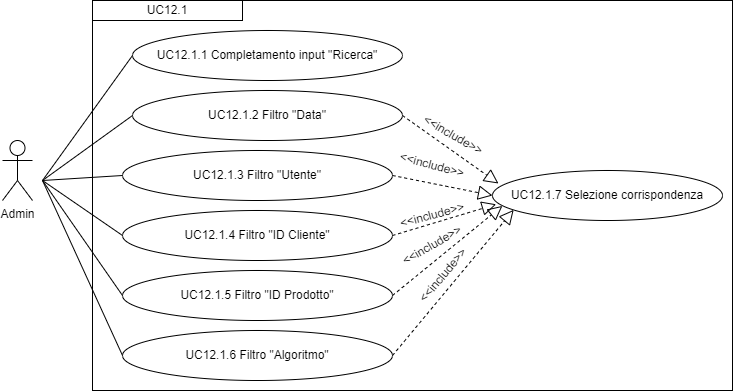
This is imgs/Uml/UC12.1app.png from ShameIRL/farmacode, a draw.io export, as it was before one commit. Source tidied: cells renumbered, new cells last; positions are measured from the earlier drawing's top-left corner, leaving out a move shared by most shapes.
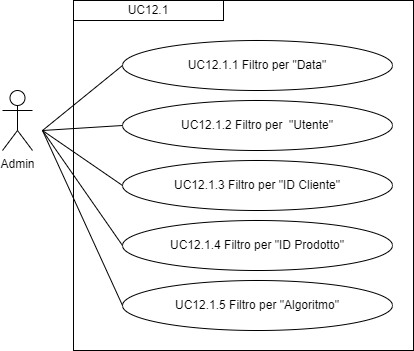
After the change.

What changed in the source:
```diff
@@ -6,39 +6,31 @@
       <mxGeometry y="140" width="30" height="60" as="geometry" />
     </mxCell>
     <mxCell id="3" style="rounded=0;whiteSpace=wrap;html=1;fillColor=none;" parent="1" vertex="1">
-      <mxGeometry x="90" width="640" height="390" as="geometry" />
+      <mxGeometry x="71" y="50" width="340" height="350" as="geometry" />
     </mxCell>
     <mxCell id="4" value="&lt;div style=&quot;&quot;&gt;UC12.1&lt;/div&gt;" style="rounded=0;whiteSpace=wrap;html=1;fillColor=none;align=center;" parent="1" vertex="1">
-      <mxGeometry x="90" width="150" height="20" as="geometry" />
+      <mxGeometry x="71" y="50" width="150" height="20" as="geometry" />
     </mxCell>
-    <mxCell id="5" value="UC12.1.2 Filtro &quot;Data&quot;" style="ellipse;whiteSpace=wrap;html=1;" parent="1" vertex="1">
-      <mxGeometry x="130" y="90" width="270" height="50" as="geometry" />
+    <mxCell id="5" value="UC12.1.1 Filtro per &quot;Data&quot;" style="ellipse;whiteSpace=wrap;html=1;" parent="1" vertex="1">
+      <mxGeometry x="120" y="90" width="270" height="50" as="geometry" />
     </mxCell>
     <mxCell id="6" style="endArrow=none;html=1;rounded=0;entryX=0;entryY=0.5;entryDx=0;entryDy=0;" parent="1" edge="1" target="5">
       <mxGeometry relative="1" as="geometry">
         <mxPoint x="40" y="180" as="sourcePoint" />
       </mxGeometry>
     </mxCell>
-    <mxCell id="7" value="UC12.1.1 Completamento input &quot;Ricerca&quot;" style="ellipse;whiteSpace=wrap;html=1;" parent="1" vertex="1">
-      <mxGeometry x="130" y="30" width="270" height="50" as="geometry" />
-    </mxCell>
-    <mxCell id="8" value="UC12.1.3 Filtro &quot;Utente&quot;" style="ellipse;whiteSpace=wrap;html=1;" parent="1" vertex="1">
+    <mxCell id="8" value="UC12.1.2 Filtro per&amp;nbsp; &quot;Utente&quot;" style="ellipse;whiteSpace=wrap;html=1;" parent="1" vertex="1">
       <mxGeometry x="120" y="150" width="270" height="50" as="geometry" />
     </mxCell>
-    <mxCell id="9" value="UC12.1.4 Filtro &quot;ID Cliente&quot;" style="ellipse;whiteSpace=wrap;html=1;" parent="1" vertex="1">
+    <mxCell id="9" value="UC12.1.3 Filtro per &quot;ID Cliente&quot;" style="ellipse;whiteSpace=wrap;html=1;" parent="1" vertex="1">
       <mxGeometry x="120" y="210" width="270" height="50" as="geometry" />
     </mxCell>
-    <mxCell id="10" value="UC12.1.5 Filtro &quot;ID Prodotto&quot;" style="ellipse;whiteSpace=wrap;html=1;" parent="1" vertex="1">
+    <mxCell id="10" value="UC12.1.4 Filtro per &quot;ID Prodotto&quot;" style="ellipse;whiteSpace=wrap;html=1;" parent="1" vertex="1">
       <mxGeometry x="120" y="270" width="270" height="50" as="geometry" />
     </mxCell>
-    <mxCell id="11" value="UC12.1.6 Filtro &quot;Algoritmo&quot;" style="ellipse;whiteSpace=wrap;html=1;" parent="1" vertex="1">
+    <mxCell id="11" value="UC12.1.5 Filtro per &quot;Algoritmo&quot;" style="ellipse;whiteSpace=wrap;html=1;" parent="1" vertex="1">
       <mxGeometry x="120" y="330" width="270" height="50" as="geometry" />
     </mxCell>
-    <mxCell id="12" style="endArrow=none;html=1;rounded=0;entryX=0;entryY=0.5;entryDx=0;entryDy=0;" parent="1" edge="1" target="7">
-      <mxGeometry relative="1" as="geometry">
-        <mxPoint x="40" y="180" as="sourcePoint" />
-      </mxGeometry>
-    </mxCell>
     <mxCell id="13" style="endArrow=none;html=1;rounded=0;entryX=0;entryY=0.5;entryDx=0;entryDy=0;" parent="1" edge="1" target="8">
       <mxGeometry relative="1" as="geometry">
         <mxPoint x="40" y="180" as="sourcePoint" />
@@ -59,38 +51,5 @@
         <mxPoint x="40" y="180" as="sourcePoint" />
       </mxGeometry>
     </mxCell>
-    <mxCell id="17" value="UC12.1.7 Selezione corrispondenza" style="ellipse;whiteSpace=wrap;html=1;" parent="1" vertex="1">
-      <mxGeometry x="490" y="170" width="230" height="50" as="geometry" />
-    </mxCell>
-    <mxCell id="18" style="endArrow=block;dashed=1;endFill=0;endSize=12;html=1;rounded=0;exitX=1;exitY=0.5;exitDx=0;exitDy=0;entryX=0.026;entryY=0.26;entryDx=0;entryDy=0;entryPerimeter=0;" parent="1" edge="1" source="5" target="17">
-      <mxGeometry relative="1" as="geometry" />
-    </mxCell>
-    <mxCell id="19" style="endArrow=block;dashed=1;endFill=0;endSize=12;html=1;rounded=0;entryX=0;entryY=0.5;entryDx=0;entryDy=0;exitX=1;exitY=0.5;exitDx=0;exitDy=0;" parent="1" edge="1" source="8" target="17">
-      <mxGeometry relative="1" as="geometry" />
-    </mxCell>
-    <mxCell id="20" style="endArrow=block;dashed=1;endFill=0;endSize=12;html=1;rounded=0;entryX=0.016;entryY=0.676;entryDx=0;entryDy=0;entryPerimeter=0;exitX=1;exitY=0.5;exitDx=0;exitDy=0;" parent="1" edge="1" source="9" target="17">
-      <mxGeometry relative="1" as="geometry" />
-    </mxCell>
-    <mxCell id="21" style="endArrow=block;dashed=1;endFill=0;endSize=12;html=1;rounded=0;exitX=1;exitY=0.5;exitDx=0;exitDy=0;entryX=0.043;entryY=0.708;entryDx=0;entryDy=0;entryPerimeter=0;" parent="1" edge="1" source="10" target="17">
-      <mxGeometry relative="1" as="geometry" />
-    </mxCell>
-    <mxCell id="22" style="endArrow=block;dashed=1;endFill=0;endSize=12;html=1;rounded=0;exitX=1;exitY=0.5;exitDx=0;exitDy=0;entryX=0.092;entryY=0.788;entryDx=0;entryDy=0;entryPerimeter=0;" parent="1" edge="1" source="11" target="17">
-      <mxGeometry relative="1" as="geometry" />
-    </mxCell>
-    <mxCell id="23" value="&amp;lt;&amp;lt;include&amp;gt;&amp;gt;" style="text;html=1;align=center;verticalAlign=middle;whiteSpace=wrap;rounded=0;rotation=15;" parent="1" vertex="1">
-      <mxGeometry x="400" y="150" width="60" height="30" as="geometry" />
-    </mxCell>
-    <mxCell id="24" value="&amp;lt;&amp;lt;include&amp;gt;&amp;gt;" style="text;html=1;align=center;verticalAlign=middle;whiteSpace=wrap;rounded=0;rotation=-30;" parent="1" vertex="1">
-      <mxGeometry x="400" y="230" width="60" height="30" as="geometry" />
-    </mxCell>
-    <mxCell id="25" value="&amp;lt;&amp;lt;include&amp;gt;&amp;gt;" style="text;html=1;align=center;verticalAlign=middle;whiteSpace=wrap;rounded=0;rotation=30;" parent="1" vertex="1">
-      <mxGeometry x="421" y="120" width="60" height="30" as="geometry" />
-    </mxCell>
-    <mxCell id="26" value="&amp;lt;&amp;lt;include&amp;gt;&amp;gt;" style="text;html=1;align=center;verticalAlign=middle;whiteSpace=wrap;rounded=0;rotation=-15;" parent="1" vertex="1">
-      <mxGeometry x="400" y="200" width="60" height="30" as="geometry" />
-    </mxCell>
-    <mxCell id="27" value="&amp;lt;&amp;lt;include&amp;gt;&amp;gt;" style="text;html=1;align=center;verticalAlign=middle;whiteSpace=wrap;rounded=0;rotation=-50;" parent="1" vertex="1">
-      <mxGeometry x="411" y="260" width="60" height="30" as="geometry" />
-    </mxCell>
   </root>
 </mxGraphModel>
```
